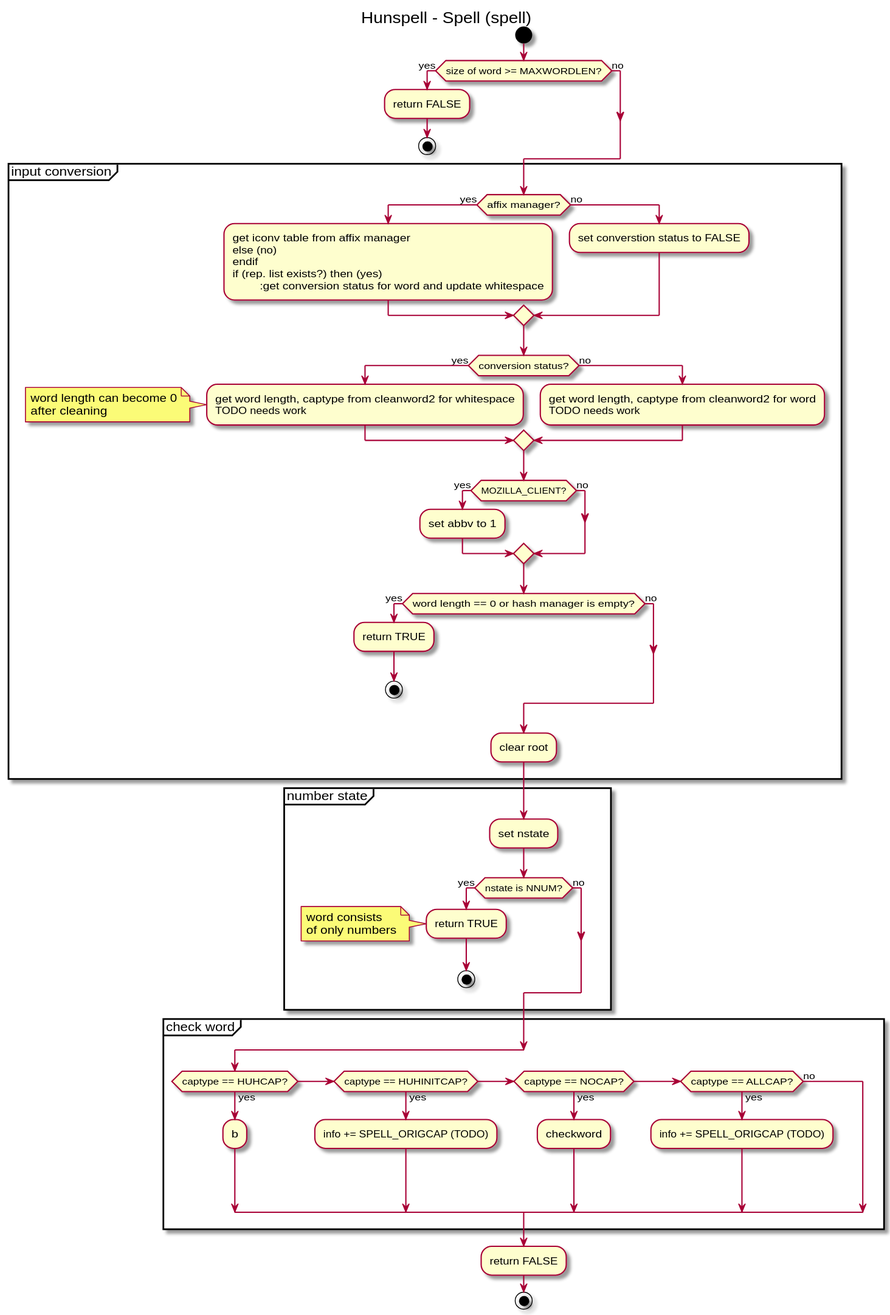
The PlantUML diagram uml/activity-diagrams/spell-activity-diagram.svg in nuspell/misc-nuspell, before a commit. Its source is kept beside it as uml/plantuml/spell-activity-diagram.pu.
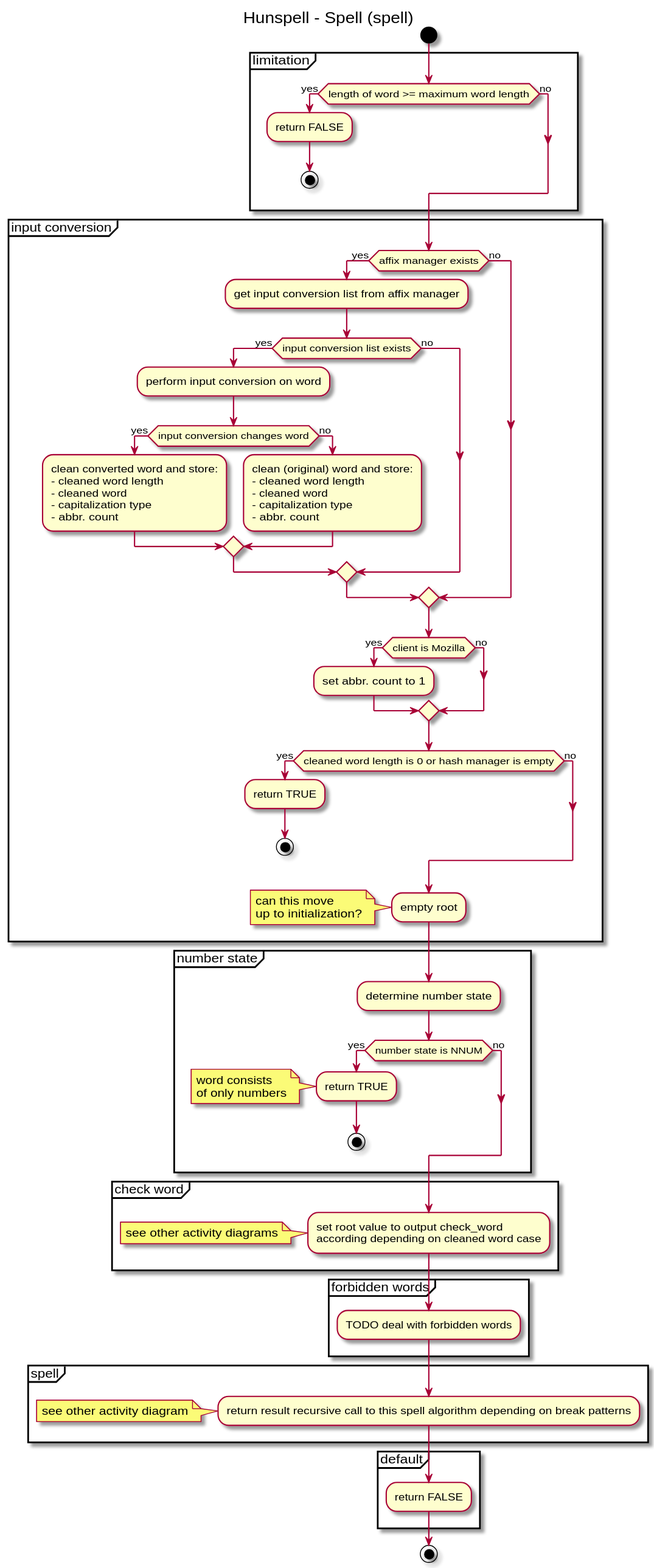
Later version of the same file.

The edit, as a diff of the source:
```diff
@@ -1,48 +1,50 @@
 @startuml
+skinparam backgroundcolor White|White
 
 title Hunspell - Spell (spell)
 
 start
 
-if (size of word >= MAXWORDLEN?) then (yes)
-	:return FALSE;
-	stop
-else (no)
-endif
+partition "limitation" {
+	if (length of word >= maximum word length) then (yes)
+		:return FALSE;
+		stop
+	else (no)
+	endif
+}
 
 partition "input conversion" {
-	if (affix manager?) then (yes)
-		:get iconv table from affix manager
-	else (no)
-	endif
-	if (rep. list exists?) then (yes)
-		:get conversion status for word and update whitespace;
-	else (no)
-		:set converstion status to FALSE;
-	endif
-	if (conversion status?) then (yes)
-		:get word length, captype from cleanword2 for whitespace\nTODO needs work;
-		note left: word length can become 0\nafter cleaning
-	else (no)
-		:get word length, captype from cleanword2 for word\nTODO needs work;
-	endif
-
-	if (MOZILLA_CLIENT?) then (yes)
-		:set abbv to 1;
+	if (affix manager exists) then (yes)
+		:get input conversion list from affix manager;
+		if (input conversion list exists) then (yes)
+			:perform input conversion on word;
+			if (input conversion changes word) then (yes)
+				:clean converted word and store:\n- cleaned word length\n- cleaned word\n- capitalization type\n- abbr. count;
+			else (no)
+				:clean (original) word and store:\n- cleaned word length\n- cleaned word\n- capitalization type\n- abbr. count;
+			endif
+		else (no)
+		endif
 	else (no)
 	endif
 
-	if (word length == 0 or hash manager is empty?) then (yes)
+	if (client is Mozilla) then (yes)
+		:set abbr. count to 1;
+	else (no)
+	endif
+
+	if (cleaned word length is 0 or hash manager is empty) then (yes)
 		:return TRUE;
 		stop
 	else (no)
 	endif
-	:clear root;
+	:empty root;
+	note left: can this move\nup to initialization?
 }
 
 partition "number state" {
-	:set nstate;
-	if (nstate is NNUM?) then (yes)
+	:determine number state;
+	if (number state is NNUM) then (yes)
 		:return TRUE;
 		note left: word consists\nof only numbers
 		stop
@@ -51,23 +53,23 @@
 }
 
 partition "check word" {
-	if (captype == HUHCAP?) then (yes)
-		:b;
-	elseif (captype == HUHINITCAP?) then (yes)
-		:info += SPELL_ORIGCAP (TODO);
-	elseif (captype == NOCAP?) then (yes)
-		:checkword;
-	elseif (captype == ALLCAP?) then (yes)
-		:info += SPELL_ORIGCAP (TODO);
-	else (no)
-	endif
+	:set root value to output check_word\naccording depending on cleaned word case;
+	note left: see other activity diagrams
 }
 
+partition "forbidden words" {
+	:TODO deal with forbidden words;
+}
 
+partition "spell" {
+	:return result recursive call to this spell algorithm depending on break patterns;
+	note left: see other activity diagram
+}
 
+partition "default" {
+	:return FALSE;
+}
 
-
-:return FALSE;
 stop
 
 @enduml
```
